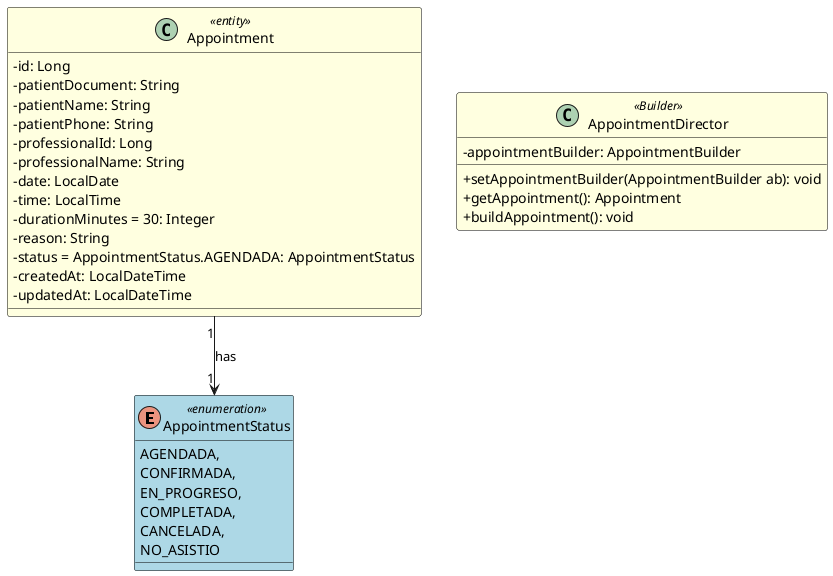
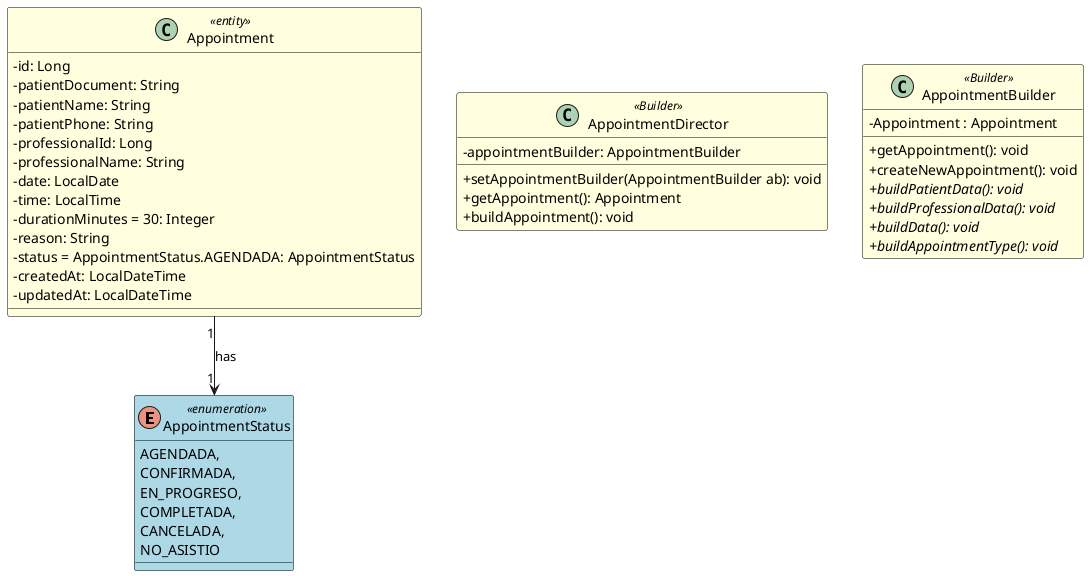
@startuml ClassDiagram

skinparam classAttributeIconSize 0

enum AppointmentStatus <<enumeration>> #LightBlue;line:Black {
  AGENDADA,
  CONFIRMADA,
  EN_PROGRESO,
  COMPLETADA,
  CANCELADA,
  NO_ASISTIO
}

class Appointment <<entity>> #LightYellow;line:Black {
  -id: Long
  -patientDocument: String
  -patientName: String
  -patientPhone: String
  -professionalId: Long
  -professionalName: String
  -date: LocalDate
  -time: LocalTime
  -durationMinutes = 30: Integer
  -reason: String
  -status = AppointmentStatus.AGENDADA: AppointmentStatus
  -createdAt: LocalDateTime
  -updatedAt: LocalDateTime
}

class AppointmentDirector <<Builder>> #LightYellow;line:Black {
  -appointmentBuilder: AppointmentBuilder
  +setAppointmentBuilder(AppointmentBuilder ab): void
  +getAppointment(): Appointment
  +buildAppointment(): void
}

+ class AppointmentBuilder <<Builder>> #LightYellow;line:Black {
+   - Appointment : Appointment
+   + getAppointment(): void
+   + createNewAppointment(): void
+   {abstract} + buildPatientData(): void
+   {abstract} + buildProfessionalData(): void
+   {abstract} + buildData(): void
+   {abstract} + buildAppointmentType(): void
+ }
+ 
' User "1" --> "1" UserRole : "has"
' User "1" --> "1" UserStatus : "has"

Appointment "1" --> "1" AppointmentStatus : "has"
' Appointment "0..1" --> "0..1" User : "references patient"
' Appointment "0..1" --> "0..1" User : "references professional"

' note "Domain Layer: Entities" as N1

@enduml